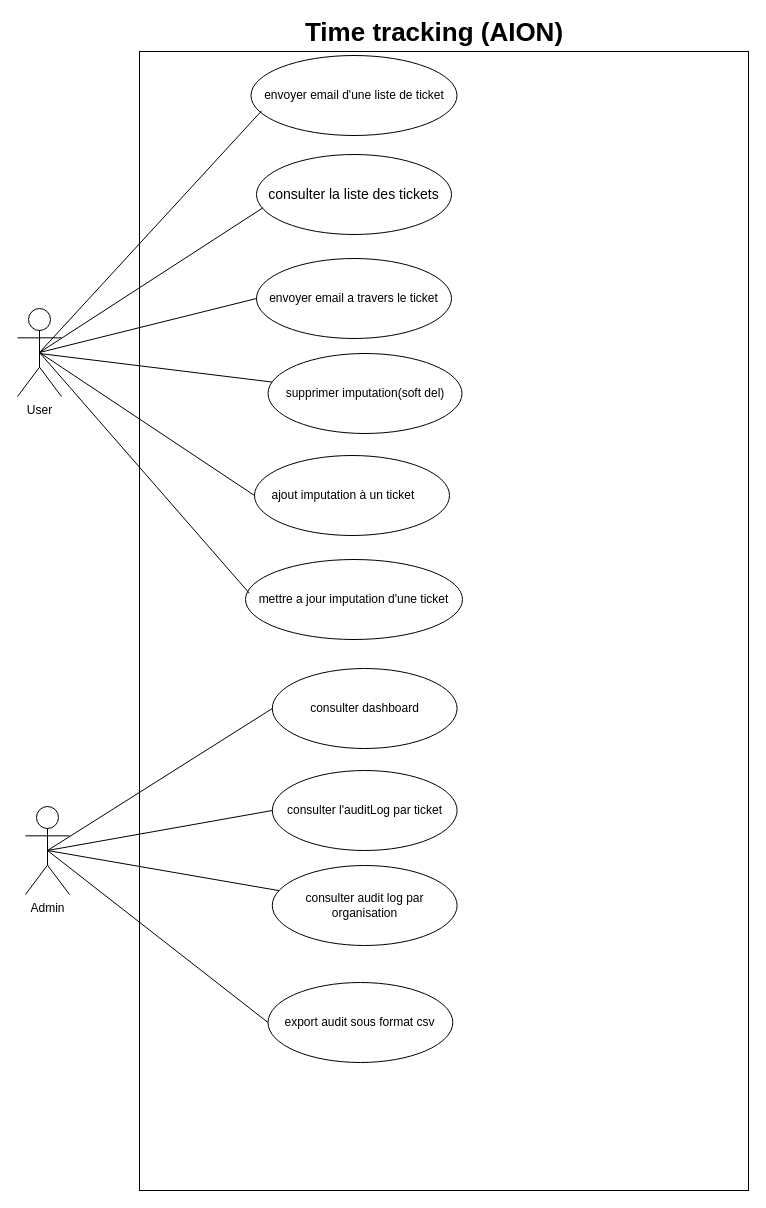
Before: ClassDiagram.drawio in TunNetCom/TunNetCom-AionTime, a draw.io diagram. Source tidied: cells renumbered, new cells numbered last; positions are measured from the earlier drawing's top-left corner, leaving out a move shared by most shapes. Both pictures are drawn from the tidied source at 100%, with x=0, y=0 at pixel (17, 17).
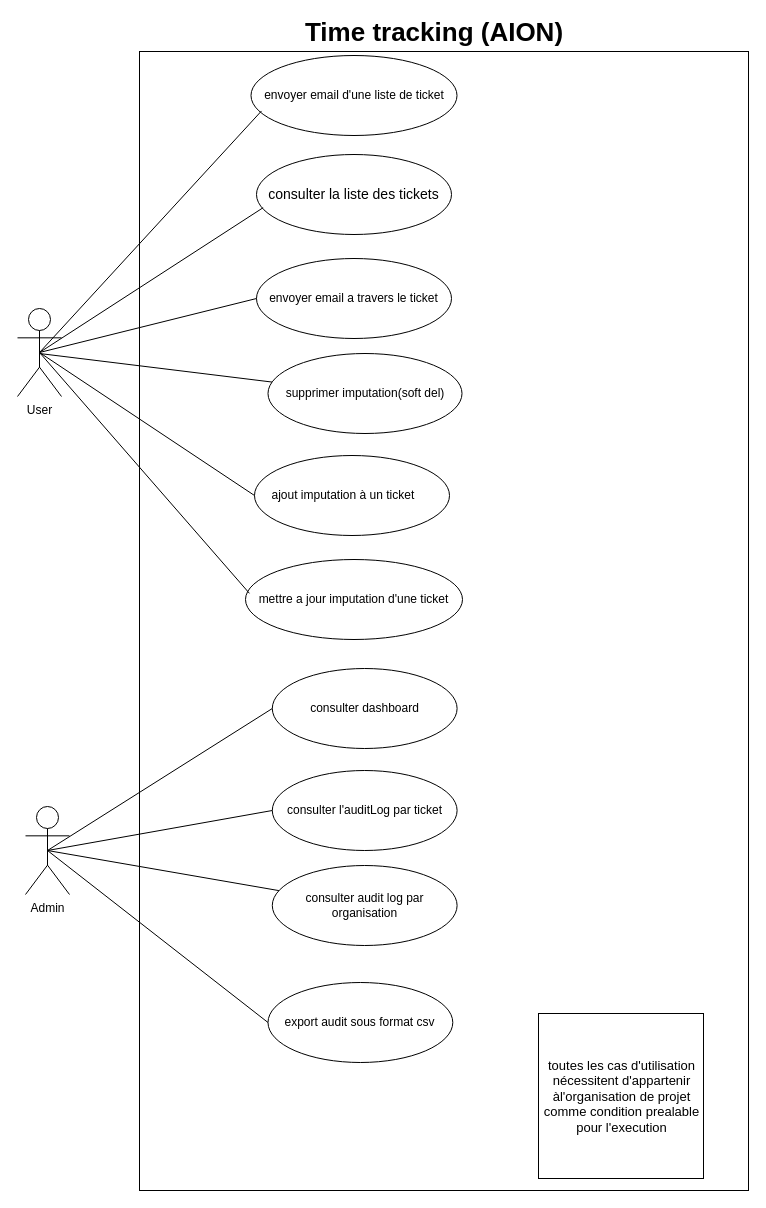
The same diagram, later.

Commit message (it also covers changes not shown here):
Mettre à jour ClassDiagram.drawio

Diff of the diagram source:
```diff
@@
+    <mxCell id="26" style="whiteSpace=wrap;html=1;" parent="1" vertex="1">
+      <mxGeometry x="521" y="996" width="165" height="165" as="geometry" />
+    </mxCell>
+    <mxCell id="27" value="&lt;font style=&quot;font-size: 13px;&quot;&gt;toutes les cas d'utilisation nécessitent d'appartenir àl'organisation de projet comme condition prealable pour l'execution&lt;/font&gt;" style="text;html=1;strokeColor=none;fillColor=none;align=center;verticalAlign=middle;whiteSpace=wrap;rounded=0;" parent="1" vertex="1">
+      <mxGeometry x="521" y="1006.5" width="167" height="144" as="geometry" />
+    </mxCell>
```
